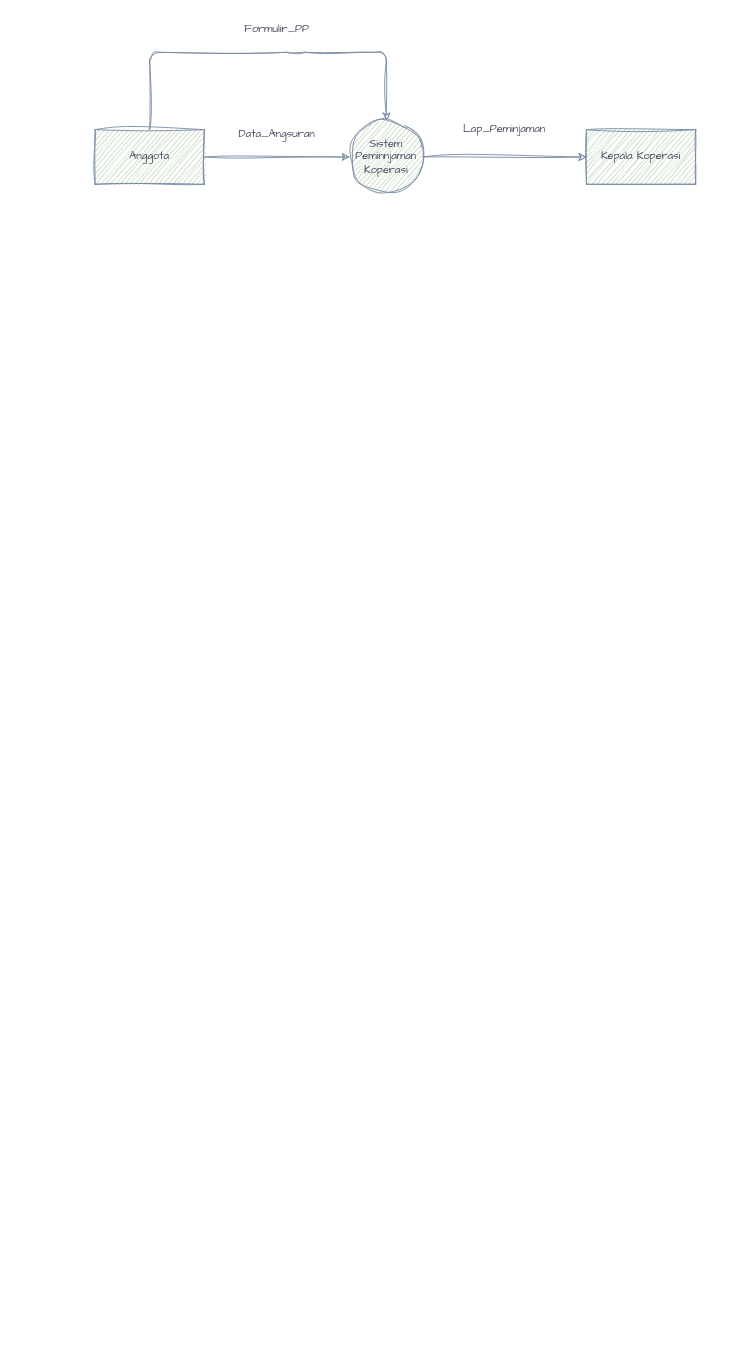
Suryzw/draw.io keeps this draw.io diagram as RPL_DFD_Prak2_231024.drawio. Above is the earlier version. Source tidied: cells renumbered, new cells numbered last; positions are measured from the earlier drawing's top-left corner, leaving out a move shared by most shapes. Both pictures are drawn from the tidied source at 91%, with x=0, y=0 at pixel (95, 15).
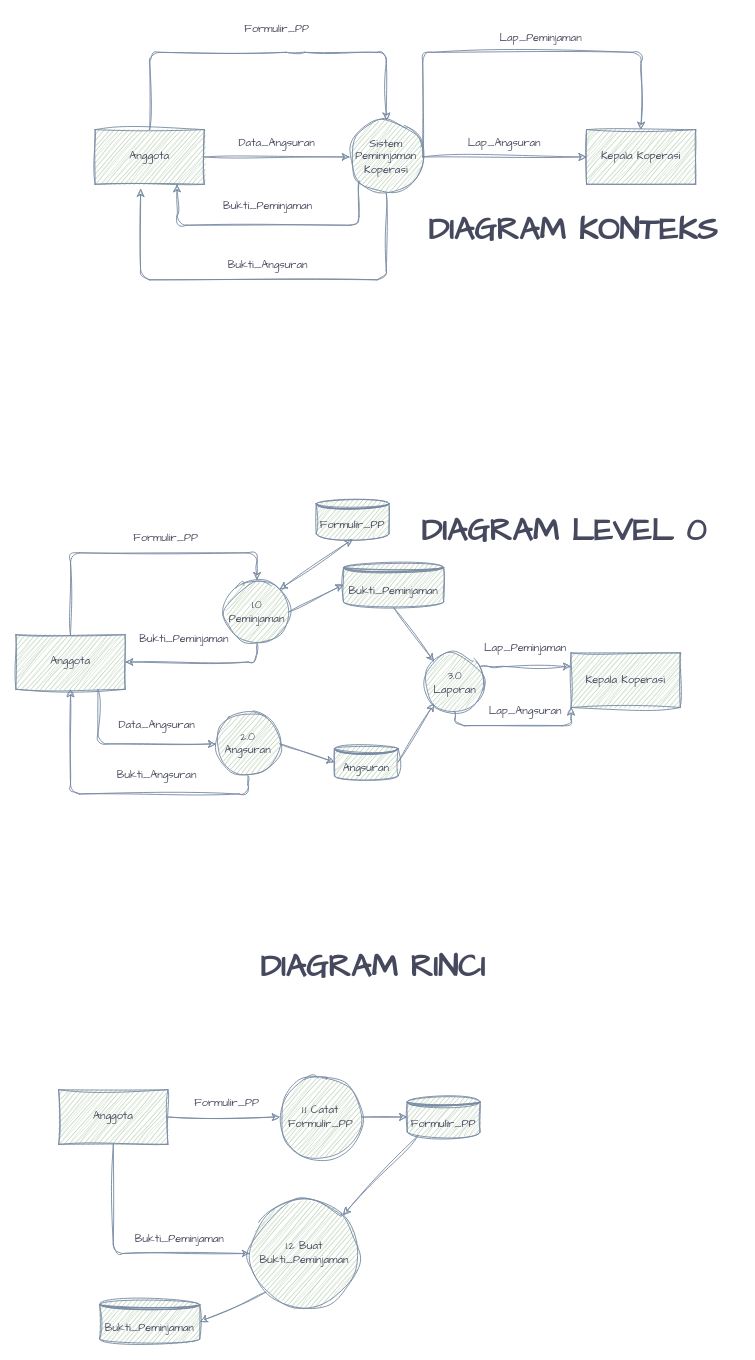
After the change.

Unchanged cells that the change refers to:
```xml
<mxCell id="2" value="Anggota" style="rounded=0;whiteSpace=wrap;html=1;sketch=1;hachureGap=4;jiggle=2;curveFitting=1;strokeColor=#788AA3;fontFamily=Architects Daughter;fontColor=#46495D;fillColor=#B2C9AB;" parent="1" vertex="1">
  <mxGeometry y="125" width="120" height="60" as="geometry" />
</mxCell>
<mxCell id="3" value="Sistem Peminnjaman Koperasi" style="ellipse;whiteSpace=wrap;html=1;rounded=1;sketch=1;hachureGap=4;jiggle=2;curveFitting=1;strokeColor=#788AA3;fontFamily=Architects Daughter;fontColor=#46495D;fillColor=#B2C9AB;" parent="1" vertex="1">
  <mxGeometry x="280" y="115" width="80" height="80" as="geometry" />
</mxCell>
<mxCell id="4" value="Kepala Koperasi" style="rounded=0;whiteSpace=wrap;html=1;sketch=1;hachureGap=4;jiggle=2;curveFitting=1;strokeColor=#788AA3;fontFamily=Architects Daughter;fontColor=#46495D;fillColor=#B2C9AB;" parent="1" vertex="1">
  <mxGeometry x="540" y="125" width="120" height="60" as="geometry" />
</mxCell>
```

The edit, as a diff of the source:
```diff
@@
+    <mxCell id="11" style="edgeStyle=orthogonalEdgeStyle;rounded=1;sketch=1;hachureGap=4;jiggle=2;curveFitting=1;jettySize=auto;html=1;entryX=0.5;entryY=0;entryDx=0;entryDy=0;strokeColor=#788AA3;fontFamily=Architects Daughter;fontColor=#46495D;fillColor=#B2C9AB;" parent="1" edge="1" source="3" target="4">
+      <mxGeometry relative="1" as="geometry">
+        <Array as="points">
+          <mxPoint x="360" y="40" />
+          <mxPoint x="600" y="40" />
+        </Array>
+      </mxGeometry>
+    </mxCell>
+    <mxCell id="12" style="edgeStyle=orthogonalEdgeStyle;rounded=1;sketch=1;hachureGap=4;jiggle=2;curveFitting=1;jettySize=auto;html=1;entryX=0.75;entryY=1;entryDx=0;entryDy=0;strokeColor=#788AA3;fontFamily=Architects Daughter;fontColor=#46495D;fillColor=#B2C9AB;" parent="1" edge="1" source="3" target="2">
+      <mxGeometry relative="1" as="geometry">
+        <Array as="points">
+          <mxPoint x="290" y="230" />
+          <mxPoint x="90" y="230" />
+        </Array>
+      </mxGeometry>
+    </mxCell>
+    <mxCell id="13" style="edgeStyle=orthogonalEdgeStyle;rounded=1;sketch=1;hachureGap=4;jiggle=2;curveFitting=1;jettySize=auto;html=1;strokeColor=#788AA3;fontFamily=Architects Daughter;fontColor=#46495D;fillColor=#B2C9AB;" parent="1" edge="1" source="3">
+      <mxGeometry relative="1" as="geometry">
+        <mxPoint x="50" y="190" as="targetPoint" />
+        <Array as="points">
+          <mxPoint x="320" y="290" />
+          <mxPoint x="50" y="290" />
+        </Array>
+      </mxGeometry>
+    </mxCell>
@@
     <mxCell id="7" value="Data_Angsuran" style="text;html=1;align=center;verticalAlign=middle;whiteSpace=wrap;rounded=0;fontFamily=Architects Daughter;fontColor=#46495D;" parent="1" vertex="1">
-      <mxGeometry x="170" y="115" width="60" height="30" as="geometry" />
+      <mxGeometry x="170" y="125" width="60" height="30" as="geometry" />
     </mxCell>
@@
-    <mxCell id="10" value="Lap_Peminjaman" style="text;html=1;align=center;verticalAlign=middle;whiteSpace=wrap;rounded=0;fontFamily=Architects Daughter;fontColor=#46495D;" parent="1" vertex="1">
-      <mxGeometry x="420" y="110" width="60" height="30" as="geometry" />
+    <mxCell id="10" value="Lap_Angsuran" style="text;html=1;align=center;verticalAlign=middle;whiteSpace=wrap;rounded=0;fontFamily=Architects Daughter;fontColor=#46495D;" parent="1" vertex="1">
+      <mxGeometry x="420" y="125" width="60" height="30" as="geometry" />
     </mxCell>
+    <mxCell id="14" value="Lap_Peminjaman" style="text;html=1;align=center;verticalAlign=middle;whiteSpace=wrap;rounded=0;fontFamily=Architects Daughter;fontColor=#46495D;" parent="1" vertex="1">
+      <mxGeometry x="460" y="10" width="60" height="30" as="geometry" />
+    </mxCell>
+    <mxCell id="15" value="Bukti_Peminjaman" style="text;html=1;align=center;verticalAlign=middle;whiteSpace=wrap;rounded=0;fontFamily=Architects Daughter;fontColor=#46495D;" parent="1" vertex="1">
+      <mxGeometry x="160" y="195" width="60" height="30" as="geometry" />
+    </mxCell>
+    <mxCell id="16" value="Bukti_Angsuran" style="text;html=1;align=center;verticalAlign=middle;whiteSpace=wrap;rounded=0;fontFamily=Architects Daughter;fontColor=#46495D;" parent="1" vertex="1">
+      <mxGeometry x="160" y="260" width="60" height="30" as="geometry" />
+    </mxCell>
+    <mxCell id="17" style="edgeStyle=orthogonalEdgeStyle;rounded=1;sketch=1;hachureGap=4;jiggle=2;curveFitting=1;jettySize=auto;html=1;entryX=1;entryY=0.5;entryDx=0;entryDy=0;strokeColor=#788AA3;fontFamily=Architects Daughter;fontColor=#46495D;fillColor=#B2C9AB;" parent="1" edge="1" source="18" target="21">
+      <mxGeometry relative="1" as="geometry">
+        <Array as="points">
+          <mxPoint x="178" y="710" />
+        </Array>
+      </mxGeometry>
+    </mxCell>
+    <mxCell id="18" value="1.0 Peminjaman" style="ellipse;whiteSpace=wrap;html=1;rounded=1;sketch=1;hachureGap=4;jiggle=2;curveFitting=1;strokeColor=#788AA3;fontFamily=Architects Daughter;fontColor=#46495D;fillColor=#B2C9AB;" parent="1" vertex="1">
+      <mxGeometry x="143" y="620" width="70" height="70" as="geometry" />
+    </mxCell>
+    <mxCell id="19" style="edgeStyle=orthogonalEdgeStyle;rounded=1;sketch=1;hachureGap=4;jiggle=2;curveFitting=1;jettySize=auto;html=1;strokeColor=#788AA3;fontFamily=Architects Daughter;fontColor=#46495D;fillColor=#B2C9AB;entryX=0.5;entryY=0;entryDx=0;entryDy=0;" parent="1" edge="1" source="21" target="18">
+      <mxGeometry relative="1" as="geometry">
+        <Array as="points">
+          <mxPoint x="-27" y="590" />
+          <mxPoint x="178" y="590" />
+        </Array>
+      </mxGeometry>
+    </mxCell>
+    <mxCell id="20" style="edgeStyle=orthogonalEdgeStyle;rounded=1;sketch=1;hachureGap=4;jiggle=2;curveFitting=1;jettySize=auto;html=1;exitX=0.75;exitY=1;exitDx=0;exitDy=0;entryX=0;entryY=0.5;entryDx=0;entryDy=0;strokeColor=#788AA3;fontFamily=Architects Daughter;fontColor=#46495D;fillColor=#B2C9AB;" parent="1" edge="1" source="21" target="26">
+      <mxGeometry relative="1" as="geometry" />
+    </mxCell>
+    <mxCell id="21" value="Anggota" style="rounded=0;whiteSpace=wrap;html=1;sketch=1;hachureGap=4;jiggle=2;curveFitting=1;strokeColor=#788AA3;fontFamily=Architects Daughter;fontColor=#46495D;fillColor=#B2C9AB;" parent="1" vertex="1">
+      <mxGeometry x="-87" y="680" width="120" height="60" as="geometry" />
+    </mxCell>
+    <mxCell id="22" value="Kepala Koperasi" style="rounded=0;whiteSpace=wrap;html=1;sketch=1;hachureGap=4;jiggle=2;curveFitting=1;strokeColor=#788AA3;fontFamily=Architects Daughter;fontColor=#46495D;fillColor=#B2C9AB;" parent="1" vertex="1">
+      <mxGeometry x="523" y="700" width="120" height="60" as="geometry" />
+    </mxCell>
+    <mxCell id="23" style="edgeStyle=orthogonalEdgeStyle;rounded=1;sketch=1;hachureGap=4;jiggle=2;curveFitting=1;jettySize=auto;html=1;entryX=0;entryY=0.25;entryDx=0;entryDy=0;strokeColor=#788AA3;fontFamily=Architects Daughter;fontColor=#46495D;fillColor=#B2C9AB;" parent="1" edge="1" source="25" target="22">
+      <mxGeometry relative="1" as="geometry">
+        <Array as="points">
+          <mxPoint x="443" y="715" />
+          <mxPoint x="443" y="715" />
+        </Array>
+      </mxGeometry>
+    </mxCell>
+    <mxCell id="24" style="edgeStyle=orthogonalEdgeStyle;rounded=1;sketch=1;hachureGap=4;jiggle=2;curveFitting=1;jettySize=auto;html=1;entryX=0;entryY=1;entryDx=0;entryDy=0;strokeColor=#788AA3;fontFamily=Architects Daughter;fontColor=#46495D;fillColor=#B2C9AB;" parent="1" edge="1" source="25" target="22">
+      <mxGeometry relative="1" as="geometry">
+        <Array as="points">
+          <mxPoint x="396" y="780" />
+          <mxPoint x="523" y="780" />
+        </Array>
+      </mxGeometry>
+    </mxCell>
+    <mxCell id="25" value="3.0 Laporan" style="ellipse;whiteSpace=wrap;html=1;rounded=1;sketch=1;hachureGap=4;jiggle=2;curveFitting=1;strokeColor=#788AA3;fontFamily=Architects Daughter;fontColor=#46495D;fillColor=#B2C9AB;" parent="1" vertex="1">
+      <mxGeometry x="363" y="700" width="65" height="65" as="geometry" />
+    </mxCell>
+    <mxCell id="26" value="2.0 Angsuran" style="ellipse;whiteSpace=wrap;html=1;rounded=1;sketch=1;hachureGap=4;jiggle=2;curveFitting=1;strokeColor=#788AA3;fontFamily=Architects Daughter;fontColor=#46495D;fillColor=#B2C9AB;" parent="1" vertex="1">
+      <mxGeometry x="133" y="765" width="70" height="70" as="geometry" />
+    </mxCell>
+    <mxCell id="27" style="edgeStyle=orthogonalEdgeStyle;rounded=1;sketch=1;hachureGap=4;jiggle=2;curveFitting=1;jettySize=auto;html=1;entryX=0.5;entryY=1;entryDx=0;entryDy=0;strokeColor=#788AA3;fontFamily=Architects Daughter;fontColor=#46495D;fillColor=#B2C9AB;exitX=0.5;exitY=1;exitDx=0;exitDy=0;" parent="1" edge="1" source="26" target="21">
+      <mxGeometry relative="1" as="geometry" />
+    </mxCell>
+    <mxCell id="28" value="Bukti_Peminjaman" style="text;html=1;align=center;verticalAlign=middle;whiteSpace=wrap;rounded=0;fontFamily=Architects Daughter;fontColor=#46495D;" parent="1" vertex="1">
+      <mxGeometry x="68" y="670" width="60" height="30" as="geometry" />
+    </mxCell>
+    <mxCell id="29" value="Formulir_PP" style="text;html=1;align=center;verticalAlign=middle;whiteSpace=wrap;rounded=0;fontFamily=Architects Daughter;fontColor=#46495D;" parent="1" vertex="1">
+      <mxGeometry x="33" y="560" width="90" height="30" as="geometry" />
+    </mxCell>
+    <mxCell id="30" value="Bukti_Angsuran" style="text;html=1;align=center;verticalAlign=middle;whiteSpace=wrap;rounded=0;fontFamily=Architects Daughter;fontColor=#46495D;" parent="1" vertex="1">
+      <mxGeometry x="38" y="820" width="60" height="30" as="geometry" />
+    </mxCell>
+    <mxCell id="31" value="Data_Angsuran" style="text;html=1;align=center;verticalAlign=middle;whiteSpace=wrap;rounded=0;fontFamily=Architects Daughter;fontColor=#46495D;" parent="1" vertex="1">
+      <mxGeometry x="38" y="765" width="60" height="30" as="geometry" />
+    </mxCell>
+    <mxCell id="32" style="endArrow=classic;startArrow=classic;html=1;rounded=1;sketch=1;hachureGap=4;jiggle=2;curveFitting=1;strokeColor=#788AA3;fontFamily=Architects Daughter;fontColor=#46495D;fillColor=#B2C9AB;exitX=1;exitY=0;exitDx=0;exitDy=0;entryX=0.5;entryY=1;entryDx=0;entryDy=0;" parent="1" edge="1" source="18" target="39">
+      <mxGeometry relative="1" as="geometry" />
+    </mxCell>
+    <mxCell id="33" style="endArrow=classic;html=1;rounded=1;sketch=1;hachureGap=4;jiggle=2;curveFitting=1;strokeColor=#788AA3;fontFamily=Architects Daughter;fontColor=#46495D;fillColor=#B2C9AB;exitX=1;exitY=0.5;exitDx=0;exitDy=0;entryX=0;entryY=0.5;entryDx=0;entryDy=0;" parent="1" edge="1" source="18" target="40">
+      <mxGeometry relative="1" as="geometry" />
+    </mxCell>
+    <mxCell id="34" style="edgeStyle=orthogonalEdgeStyle;rounded=1;sketch=1;hachureGap=4;jiggle=2;curveFitting=1;orthogonalLoop=1;jettySize=auto;html=1;exitX=0.5;exitY=1;exitDx=0;exitDy=0;strokeColor=#788AA3;fontFamily=Architects Daughter;fontColor=#46495D;fillColor=#B2C9AB;" parent="1" edge="1">
+      <mxGeometry relative="1" as="geometry">
+        <mxPoint x="328" y="650" as="sourcePoint" />
+        <mxPoint x="328" y="650" as="targetPoint" />
+      </mxGeometry>
+    </mxCell>
+    <mxCell id="35" style="endArrow=classic;html=1;rounded=1;sketch=1;hachureGap=4;jiggle=2;curveFitting=1;strokeColor=#788AA3;fontFamily=Architects Daughter;fontColor=#46495D;fillColor=#B2C9AB;exitX=1;exitY=0.5;exitDx=0;exitDy=0;entryX=0;entryY=0.5;entryDx=0;entryDy=0;" parent="1" edge="1" source="26" target="41">
+      <mxGeometry relative="1" as="geometry" />
+    </mxCell>
+    <mxCell id="36" value="Lap_Peminjaman" style="text;html=1;align=center;verticalAlign=middle;whiteSpace=wrap;rounded=0;fontFamily=Architects Daughter;fontColor=#46495D;" parent="1" vertex="1">
+      <mxGeometry x="443" y="680" width="60" height="30" as="geometry" />
+    </mxCell>
+    <mxCell id="37" value="Lap_Angsuran" style="text;html=1;align=center;verticalAlign=middle;whiteSpace=wrap;rounded=0;fontFamily=Architects Daughter;fontColor=#46495D;" parent="1" vertex="1">
+      <mxGeometry x="443" y="750" width="60" height="30" as="geometry" />
+    </mxCell>
+    <mxCell id="38" style="endArrow=classic;html=1;rounded=1;sketch=1;hachureGap=4;jiggle=2;curveFitting=1;strokeColor=#788AA3;fontFamily=Architects Daughter;fontColor=#46495D;fillColor=#B2C9AB;exitX=1;exitY=0.5;exitDx=0;exitDy=0;entryX=0;entryY=1;entryDx=0;entryDy=0;" parent="1" edge="1" source="41" target="25">
+      <mxGeometry relative="1" as="geometry" />
+    </mxCell>
+    <mxCell id="39" value="Formulir_PP" style="shape=datastore;whiteSpace=wrap;html=1;rounded=1;sketch=1;hachureGap=4;jiggle=2;curveFitting=1;strokeColor=#788AA3;fontFamily=Architects Daughter;fontColor=#46495D;fillColor=#B2C9AB;" parent="1" vertex="1">
+      <mxGeometry x="243" y="530" width="80" height="45" as="geometry" />
+    </mxCell>
+    <mxCell id="40" value="Bukti_Peminjaman" style="shape=datastore;whiteSpace=wrap;html=1;rounded=1;sketch=1;hachureGap=4;jiggle=2;curveFitting=1;strokeColor=#788AA3;fontFamily=Architects Daughter;fontColor=#46495D;fillColor=#B2C9AB;" parent="1" vertex="1">
+      <mxGeometry x="273" y="600" width="110" height="50" as="geometry" />
+    </mxCell>
+    <mxCell id="41" value="Angsuran" style="shape=datastore;whiteSpace=wrap;html=1;rounded=1;sketch=1;hachureGap=4;jiggle=2;curveFitting=1;strokeColor=#788AA3;fontFamily=Architects Daughter;fontColor=#46495D;fillColor=#B2C9AB;" parent="1" vertex="1">
+      <mxGeometry x="263" y="800" width="70" height="40" as="geometry" />
+    </mxCell>
+    <mxCell id="42" value="DIAGRAM LEVEL 0" style="text;html=1;align=center;verticalAlign=middle;whiteSpace=wrap;rounded=0;fontFamily=Architects Daughter;fontColor=#46495D;fontSize=35;fontStyle=1;" parent="1" vertex="1">
+      <mxGeometry x="333" y="550" width="365" height="30" as="geometry" />
+    </mxCell>
+    <mxCell id="43" value="DIAGRAM KONTEKS" style="text;html=1;align=center;verticalAlign=middle;whiteSpace=wrap;rounded=0;fontFamily=Architects Daughter;fontColor=#46495D;fontSize=35;fontStyle=1;" parent="1" vertex="1">
+      <mxGeometry x="343" y="220" width="365" height="30" as="geometry" />
+    </mxCell>
+    <mxCell id="44" style="endArrow=classic;html=1;rounded=1;sketch=1;hachureGap=4;jiggle=2;curveFitting=1;strokeColor=#788AA3;fontFamily=Architects Daughter;fontColor=#46495D;fillColor=#B2C9AB;exitX=0.5;exitY=1;exitDx=0;exitDy=0;entryX=0;entryY=0;entryDx=0;entryDy=0;" parent="1" edge="1" source="40" target="25">
+      <mxGeometry relative="1" as="geometry" />
+    </mxCell>
+    <mxCell id="45" value="DIAGRAM RINCI" style="text;html=1;align=center;verticalAlign=middle;whiteSpace=wrap;rounded=0;fontFamily=Architects Daughter;fontColor=#46495D;fontSize=35;fontStyle=1;" parent="1" vertex="1">
+      <mxGeometry x="123" y="1030" width="365" height="30" as="geometry" />
+    </mxCell>
+    <mxCell id="46" style="edgeStyle=orthogonalEdgeStyle;rounded=1;sketch=1;hachureGap=4;jiggle=2;curveFitting=1;jettySize=auto;html=1;entryX=0;entryY=0.5;entryDx=0;entryDy=0;strokeColor=#788AA3;fontFamily=Architects Daughter;fontColor=#46495D;fillColor=#B2C9AB;" parent="1" edge="1" source="47" target="54">
+      <mxGeometry relative="1" as="geometry" />
+    </mxCell>
+    <mxCell id="47" value="1.1 Catat Formulir_PP" style="ellipse;whiteSpace=wrap;html=1;rounded=1;sketch=1;hachureGap=4;jiggle=2;curveFitting=1;strokeColor=#788AA3;fontFamily=Architects Daughter;fontColor=#46495D;fillColor=#B2C9AB;" parent="1" vertex="1">
+      <mxGeometry x="203" y="1165" width="90" height="90" as="geometry" />
+    </mxCell>
+    <mxCell id="48" value="1.2 Buat Bukti_Peminjaman" style="ellipse;whiteSpace=wrap;html=1;rounded=1;sketch=1;hachureGap=4;jiggle=2;curveFitting=1;strokeColor=#788AA3;fontFamily=Architects Daughter;fontColor=#46495D;fillColor=#B2C9AB;" parent="1" vertex="1">
+      <mxGeometry x="170" y="1300" width="120" height="120" as="geometry" />
+    </mxCell>
+    <mxCell id="49" style="edgeStyle=orthogonalEdgeStyle;rounded=1;sketch=1;hachureGap=4;jiggle=2;curveFitting=1;jettySize=auto;html=1;entryX=0;entryY=0.5;entryDx=0;entryDy=0;strokeColor=#788AA3;fontFamily=Architects Daughter;fontColor=#46495D;fillColor=#B2C9AB;" parent="1" edge="1" source="51" target="47">
+      <mxGeometry relative="1" as="geometry" />
+    </mxCell>
+    <mxCell id="50" style="edgeStyle=orthogonalEdgeStyle;rounded=1;sketch=1;hachureGap=4;jiggle=2;curveFitting=1;jettySize=auto;html=1;entryX=0;entryY=0.5;entryDx=0;entryDy=0;strokeColor=#788AA3;fontFamily=Architects Daughter;fontColor=#46495D;fillColor=#B2C9AB;" parent="1" edge="1" source="51" target="48">
+      <mxGeometry relative="1" as="geometry">
+        <Array as="points">
+          <mxPoint x="20" y="1360" />
+        </Array>
+      </mxGeometry>
+    </mxCell>
+    <mxCell id="51" value="Anggota" style="rounded=0;whiteSpace=wrap;html=1;sketch=1;hachureGap=4;jiggle=2;curveFitting=1;strokeColor=#788AA3;fontFamily=Architects Daughter;fontColor=#46495D;fillColor=#B2C9AB;" parent="1" vertex="1">
+      <mxGeometry x="-40" y="1180" width="120" height="60" as="geometry" />
+    </mxCell>
+    <mxCell id="52" value="Formulir_PP" style="text;html=1;align=center;verticalAlign=middle;whiteSpace=wrap;rounded=0;fontFamily=Architects Daughter;fontColor=#46495D;" parent="1" vertex="1">
+      <mxGeometry x="100" y="1180" width="90" height="30" as="geometry" />
+    </mxCell>
+    <mxCell id="53" value="Bukti_Peminjaman" style="text;html=1;align=center;verticalAlign=middle;whiteSpace=wrap;rounded=0;fontFamily=Architects Daughter;fontColor=#46495D;" parent="1" vertex="1">
+      <mxGeometry x="63" y="1330" width="60" height="30" as="geometry" />
+    </mxCell>
+    <mxCell id="54" value="Formulir_PP" style="shape=datastore;whiteSpace=wrap;html=1;rounded=1;sketch=1;hachureGap=4;jiggle=2;curveFitting=1;strokeColor=#788AA3;fontFamily=Architects Daughter;fontColor=#46495D;fillColor=#B2C9AB;" parent="1" vertex="1">
+      <mxGeometry x="343" y="1187.5" width="80" height="45" as="geometry" />
+    </mxCell>
+    <mxCell id="55" style="endArrow=classic;html=1;rounded=1;sketch=1;hachureGap=4;jiggle=2;curveFitting=1;strokeColor=#788AA3;fontFamily=Architects Daughter;fontColor=#46495D;fillColor=#B2C9AB;exitX=0.15;exitY=0.95;exitDx=0;exitDy=0;exitPerimeter=0;entryX=1;entryY=0;entryDx=0;entryDy=0;" parent="1" edge="1" source="54" target="48">
+      <mxGeometry relative="1" as="geometry" />
+    </mxCell>
+    <mxCell id="56" value="Bukti_Peminjaman" style="shape=datastore;whiteSpace=wrap;html=1;rounded=1;sketch=1;hachureGap=4;jiggle=2;curveFitting=1;strokeColor=#788AA3;fontFamily=Architects Daughter;fontColor=#46495D;fillColor=#B2C9AB;" parent="1" vertex="1">
+      <mxGeometry x="5" y="1410" width="110" height="50" as="geometry" />
+    </mxCell>
+    <mxCell id="57" style="endArrow=classic;html=1;rounded=1;sketch=1;hachureGap=4;jiggle=2;curveFitting=1;strokeColor=#788AA3;fontFamily=Architects Daughter;fontColor=#46495D;fillColor=#B2C9AB;exitX=0;exitY=1;exitDx=0;exitDy=0;entryX=1;entryY=0.5;entryDx=0;entryDy=0;" parent="1" edge="1" source="48" target="56">
+      <mxGeometry relative="1" as="geometry" />
+    </mxCell>
```
